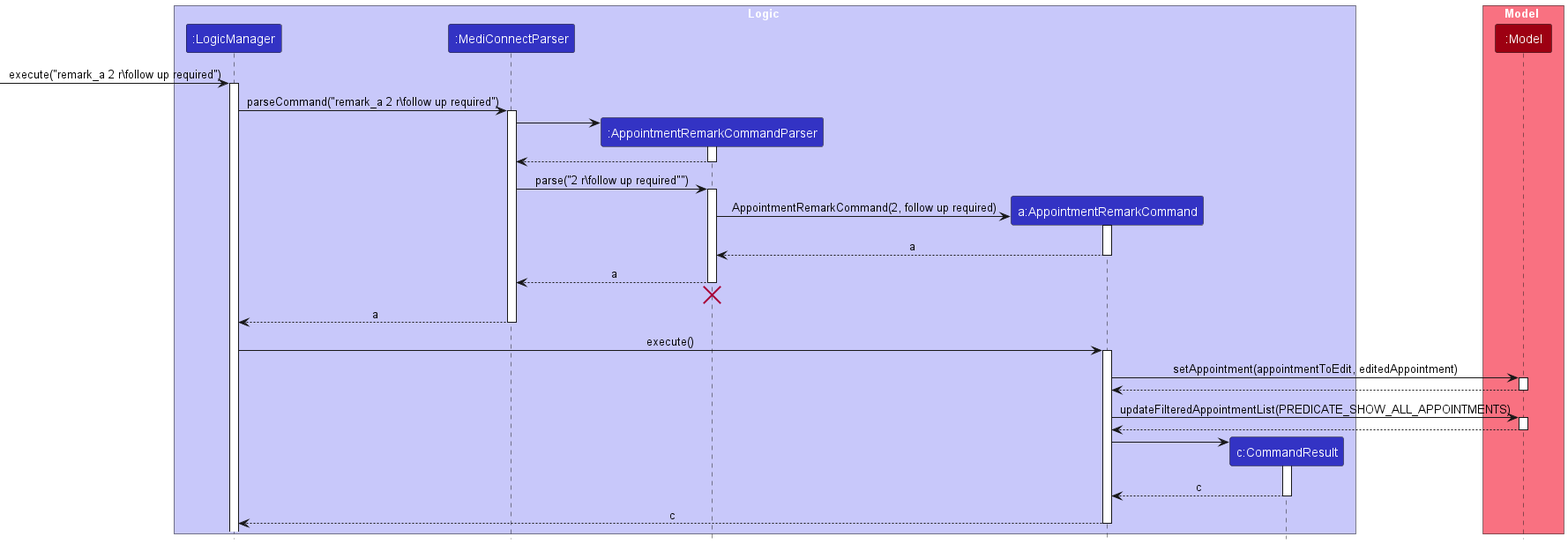
The PlantUML diagram docs/images/EditRemarkSequenceDiagram.png in yanghengtang/tp, before a commit.
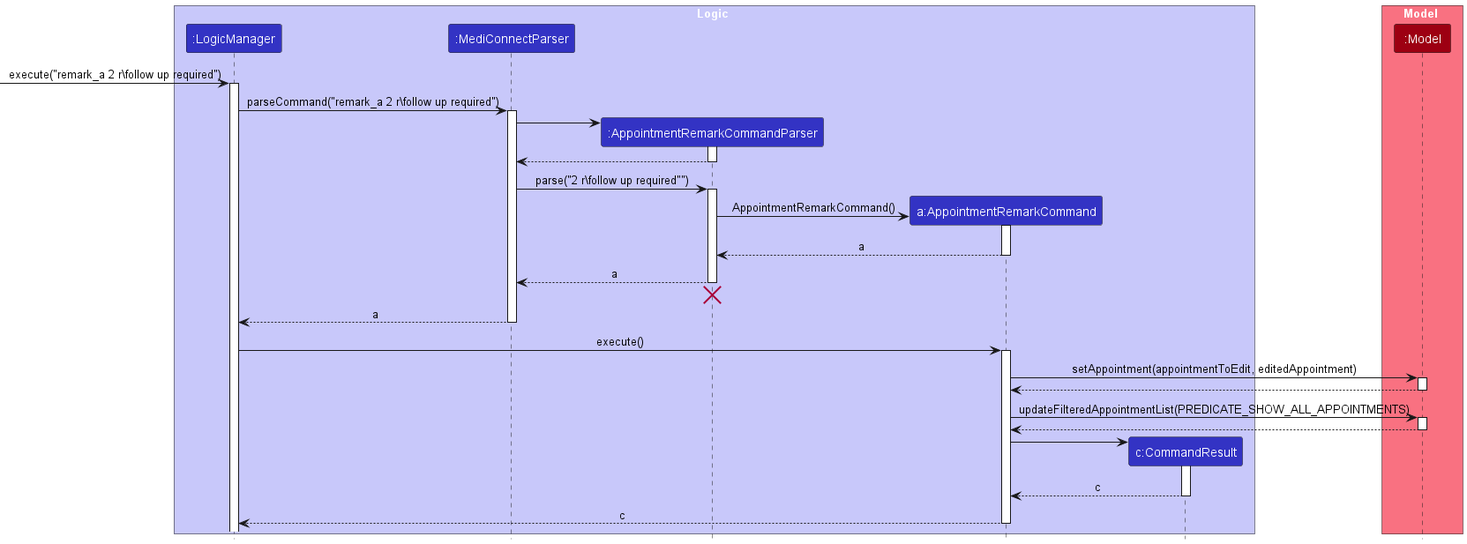
After the change.

What changed in the source:
```diff
@@ -31,7 +31,7 @@
 activate AppointmentRemarkCommandParser
 
 create AppointmentRemarkCommand
-AppointmentRemarkCommandParser -> AppointmentRemarkCommand : AppointmentRemarkCommand(2, follow up required)
+AppointmentRemarkCommandParser -> AppointmentRemarkCommand : AppointmentRemarkCommand()
 activate AppointmentRemarkCommand
 
 AppointmentRemarkCommand --> AppointmentRemarkCommandParser : a
```
